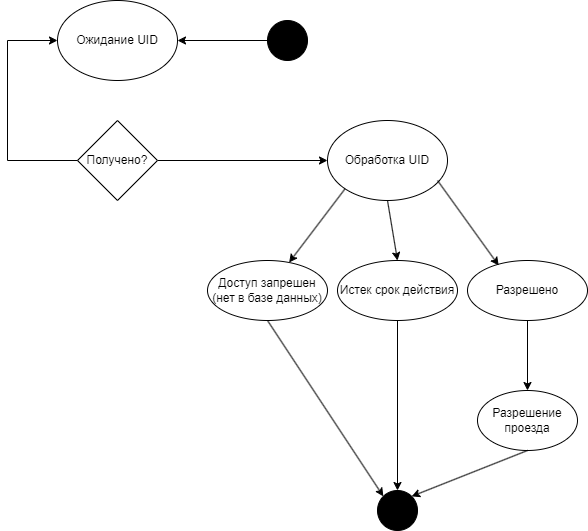
This is Документация/Диаграмма автомата (ворота).png from Artepi2349/RFID, a draw.io export, as it was before one commit. Source tidied: cells renumbered, new cells last; positions are measured from the earlier drawing's top-left corner, leaving out a move shared by most shapes.
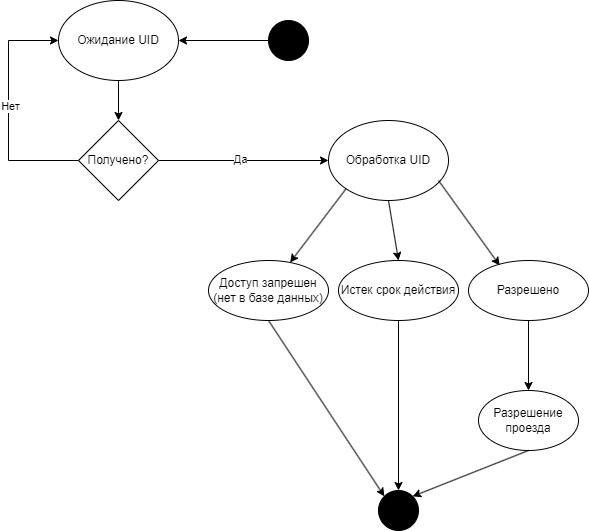
Later version of the same file.

Commit message:
reworked diagrams

What changed in the source:
```diff
@@ -2,12 +2,18 @@
   <root>
     <mxCell id="0" />
     <mxCell id="1" parent="0" />
+    <mxCell id="21" style="edgeStyle=orthogonalEdgeStyle;rounded=0;jettySize=auto;html=1;" parent="1" edge="1" source="2" target="4">
+      <mxGeometry relative="1" as="geometry" />
+    </mxCell>
     <mxCell id="2" value="Ожидание UID" style="ellipse;whiteSpace=wrap;html=1;" parent="1" vertex="1">
       <mxGeometry x="50" width="120" height="80" as="geometry" />
     </mxCell>
     <mxCell id="3" style="edgeStyle=orthogonalEdgeStyle;rounded=0;jettySize=auto;html=1;exitX=1;exitY=0.5;exitDx=0;exitDy=0;entryX=0;entryY=0.5;entryDx=0;entryDy=0;" parent="1" edge="1" source="4" target="6">
       <mxGeometry relative="1" as="geometry" />
     </mxCell>
+    <mxCell id="22" value="Да" style="edgeLabel;html=1;align=center;verticalAlign=middle;" parent="3" vertex="1">
+      <mxGeometry x="-0.04" y="2" relative="1" as="geometry" />
+    </mxCell>
     <mxCell id="4" value="Получено?" style="rhombus;whiteSpace=wrap;html=1;" parent="1" vertex="1">
       <mxGeometry x="70" y="120" width="80" height="80" as="geometry" />
     </mxCell>
@@ -19,6 +25,9 @@
         </Array>
       </mxGeometry>
     </mxCell>
+    <mxCell id="23" value="Нет" style="edgeLabel;html=1;align=center;verticalAlign=middle;" parent="5" vertex="1">
+      <mxGeometry x="0.04" y="-1" relative="1" as="geometry" />
+    </mxCell>
     <mxCell id="6" value="Обработка UID" style="ellipse;whiteSpace=wrap;html=1;" parent="1" vertex="1">
       <mxGeometry x="320" y="120" width="120" height="80" as="geometry" />
     </mxCell>
```
